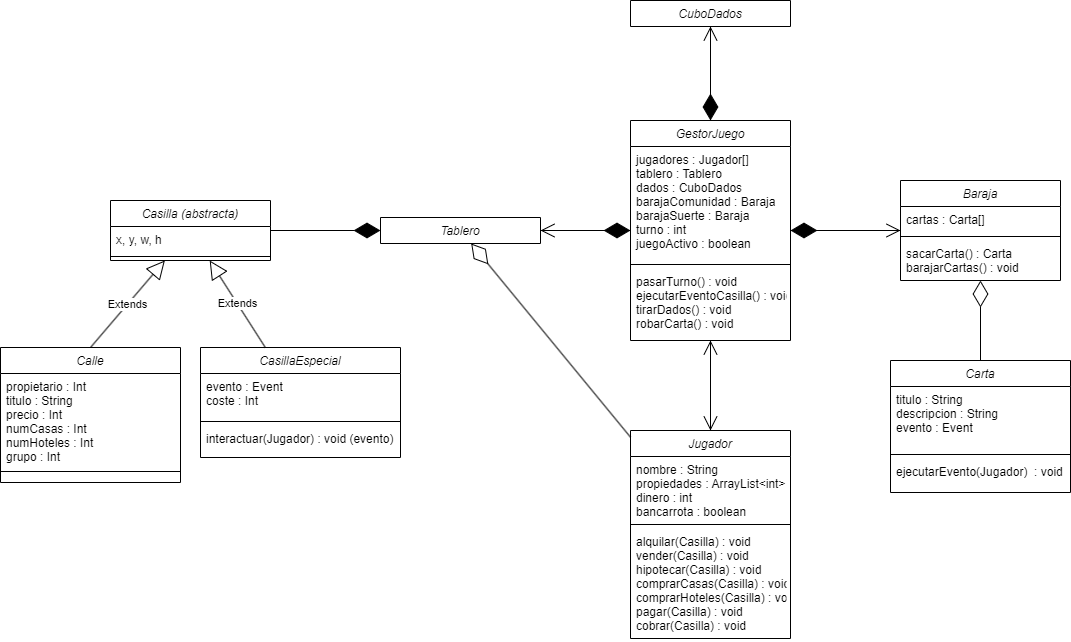
Earlier version of the draw.io export monopolio.drawio.png (Jimmyh091/MONOPOLIO). Source tidied: cells renumbered, new cells last; positions are measured from the earlier drawing's top-left corner, leaving out a move shared by most shapes.
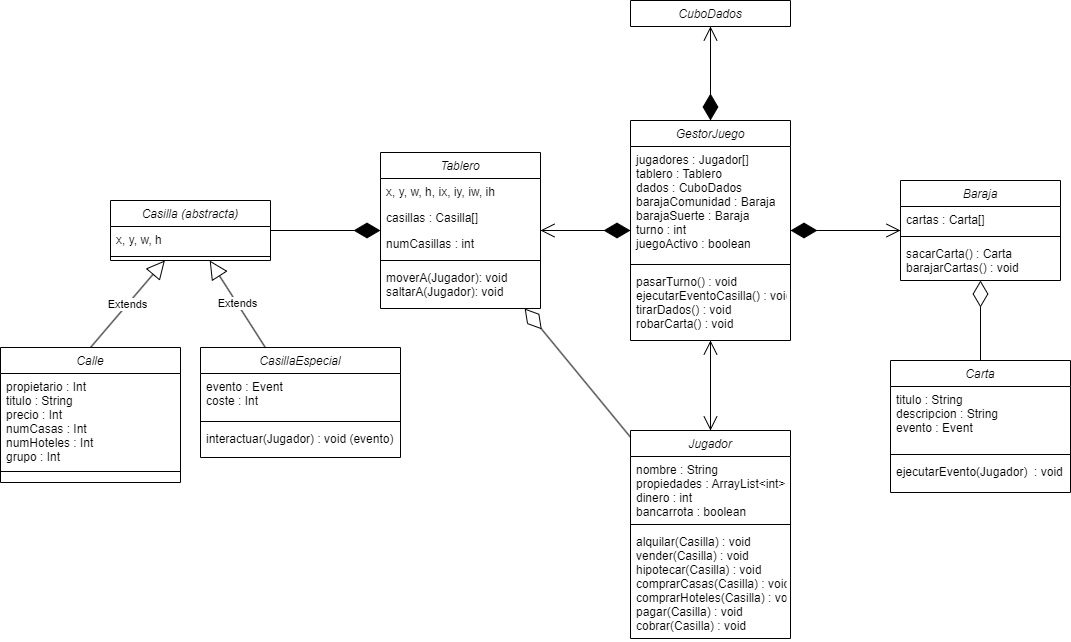
After the change.

Commit message:
cambiar una cosilla

The edit, as a diff of the source:
```diff
@@ -2,9 +2,24 @@
   <root>
     <mxCell id="0" />
     <mxCell id="1" parent="0" />
-    <mxCell id="2" value="Tablero" style="swimlane;fontStyle=2;align=center;verticalAlign=top;horizontal=1;startSize=26;rounded=0;shadow=0;strokeWidth=1;" parent="1" vertex="1" collapsed="1">
-      <mxGeometry x="380" y="217" width="160" height="26" as="geometry" />
+    <mxCell id="2" value="Tablero" style="swimlane;fontStyle=2;align=center;verticalAlign=top;horizontal=1;startSize=26;rounded=0;shadow=0;strokeWidth=1;" parent="1" vertex="1">
+      <mxGeometry x="380" y="152" width="160" height="156" as="geometry" />
     </mxCell>
+    <mxCell id="43" value="x, y, w, h, ix, iy, iw, ih" style="text;align=left;verticalAlign=top;spacingLeft=4;spacingRight=4;overflow=hidden;" parent="2" vertex="1">
+      <mxGeometry y="26" width="160" height="26" as="geometry" />
+    </mxCell>
+    <mxCell id="44" value="casillas : Casilla[]" style="text;align=left;verticalAlign=top;spacingLeft=4;spacingRight=4;overflow=hidden;rounded=0;shadow=0;html=0;" parent="2" vertex="1">
+      <mxGeometry y="52" width="160" height="26" as="geometry" />
+    </mxCell>
+    <mxCell id="45" value="numCasillas : int" style="text;align=left;verticalAlign=top;spacingLeft=4;spacingRight=4;overflow=hidden;rounded=0;shadow=0;html=0;" parent="2" vertex="1">
+      <mxGeometry y="78" width="160" height="26" as="geometry" />
+    </mxCell>
+    <mxCell id="46" style="line;html=1;strokeWidth=1;align=left;verticalAlign=middle;spacingTop=-1;spacingLeft=3;spacingRight=3;labelPosition=right;" parent="2" vertex="1">
+      <mxGeometry y="104" width="160" height="8" as="geometry" />
+    </mxCell>
+    <mxCell id="47" value="moverA(Jugador): void&#10;saltarA(Jugador): void&#10;" style="text;align=left;verticalAlign=top;spacingLeft=4;spacingRight=4;overflow=hidden;" parent="2" vertex="1">
+      <mxGeometry y="112" width="160" height="44" as="geometry" />
+    </mxCell>
     <mxCell id="3" value="Casilla (abstracta)" style="swimlane;fontStyle=2;align=center;verticalAlign=top;horizontal=1;startSize=26;rounded=0;shadow=0;strokeWidth=1;" parent="1" vertex="1">
       <mxGeometry x="110" y="200" width="160" height="60" as="geometry" />
     </mxCell>
```
